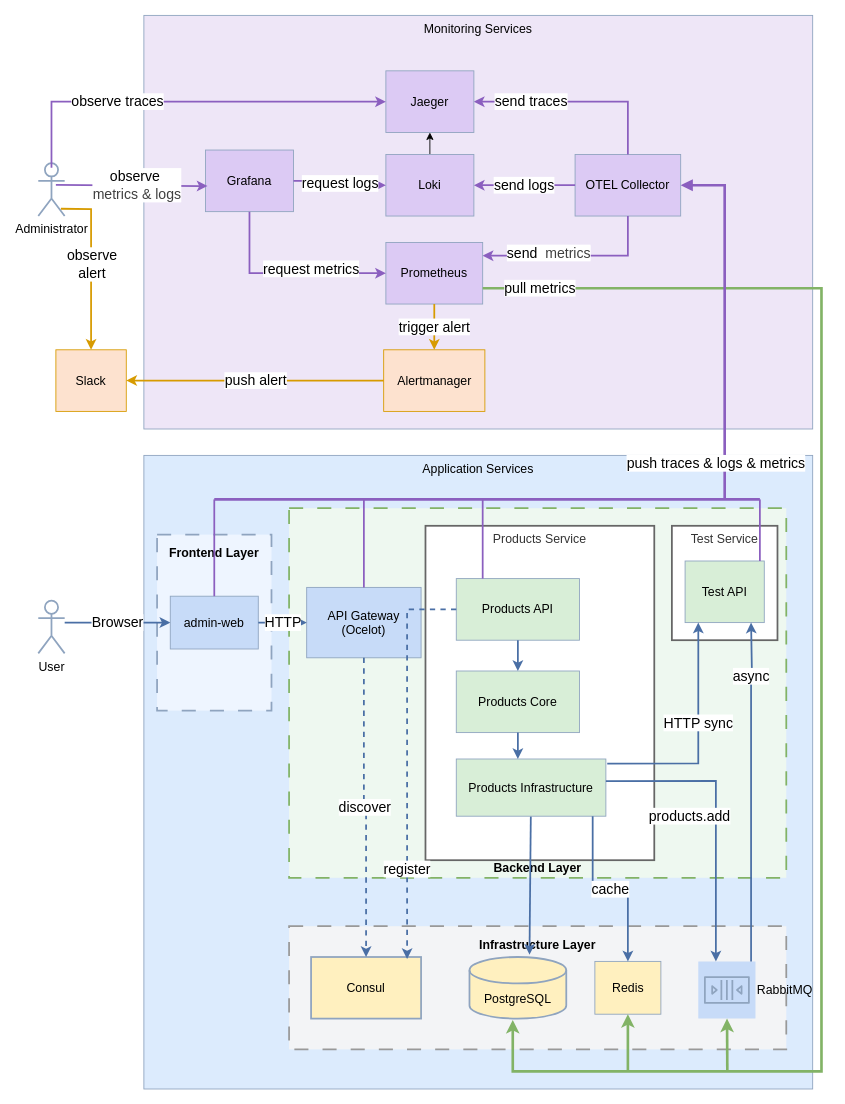
The draw.io diagram ComponentsDiagram.drawio in shaohuamo/MicroservicesDemo, before the edit. Source tidied: cells renumbered, new cells numbered last; positions are measured from the earlier drawing's top-left corner, leaving out a move shared by most shapes. Both pictures are drawn from the tidied source at 88%, with x=0, y=0 at pixel (38, 15).
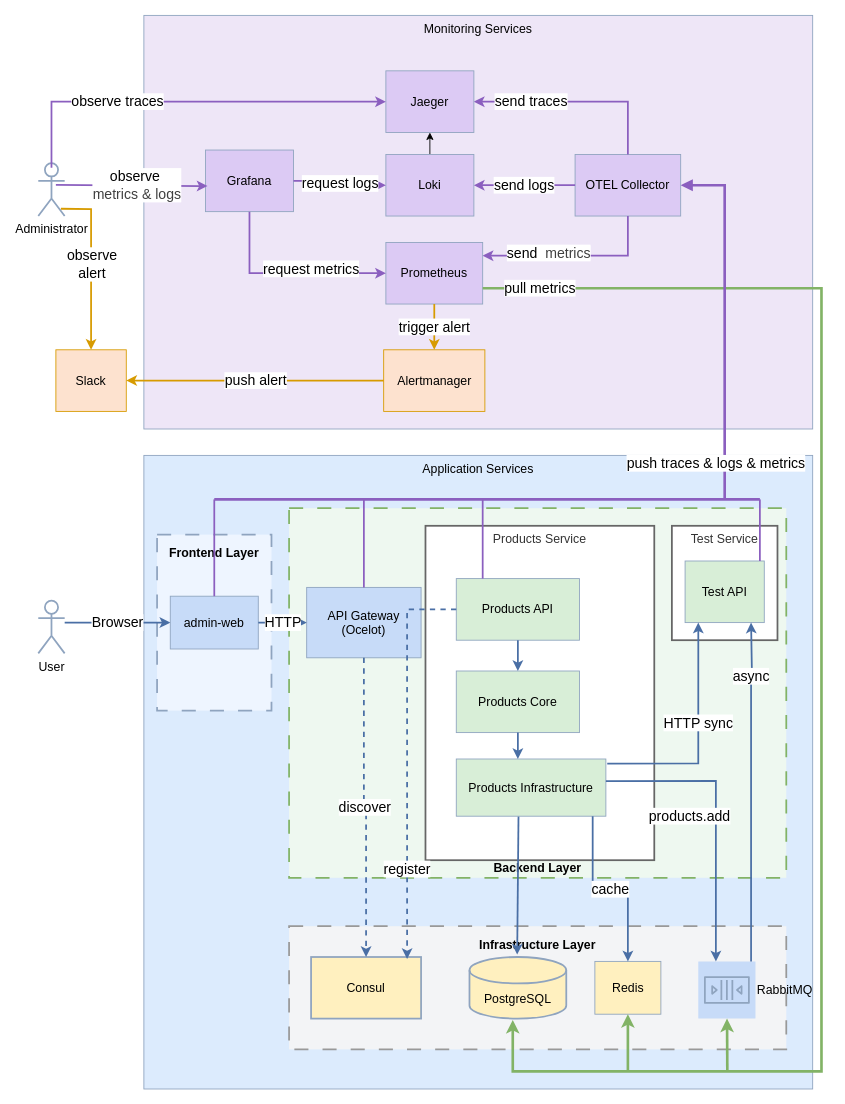
After the change.

Unchanged cells that the change refers to:
```xml
<mxCell id="26" value="Products Infrastructure" style="rounded=0;whiteSpace=wrap;html=1;fontSize=14;strokeWidth=1;fillColor=#D8EED7;strokeColor=#8FA4BF;" parent="1" vertex="1">
  <mxGeometry x="475" y="845" width="170" height="65" as="geometry" />
</mxCell>
<mxCell id="27" value="PostgreSQL" style="shape=cylinder3;whiteSpace=wrap;html=1;boundedLbl=1;backgroundOutline=1;size=15;strokeColor=#8FA4BF;strokeWidth=2;fontSize=14;fillColor=#FFF0BF;" parent="1" vertex="1">
  <mxGeometry x="490" y="1070" width="110" height="70" as="geometry" />
</mxCell>
```

Change to the diagram source:
```diff
@@
-    <mxCell id="25" style="edgeStyle=none;html=1;rounded=0;strokeColor=#4A6FA5;strokeWidth=2;align=center;verticalAlign=middle;fontFamily=Helvetica;fontSize=16;fontColor=default;labelBackgroundColor=default;endArrow=classic;entryX=0.62;entryY=-0.038;entryDx=0;entryDy=0;entryPerimeter=0;" parent="1" edge="1" source="26" target="27">
-      <mxGeometry relative="1" as="geometry" />
+    <mxCell id="25" style="edgeStyle=none;html=1;rounded=0;strokeColor=#4A6FA5;strokeWidth=2;align=center;verticalAlign=middle;fontFamily=Helvetica;fontSize=16;fontColor=default;labelBackgroundColor=default;endArrow=classic;entryX=0.62;entryY=-0.038;entryDx=0;entryDy=0;entryPerimeter=0;" parent="1" edge="1">
+      <mxGeometry relative="1" as="geometry">
+        <mxPoint x="545.7" y="910" as="sourcePoint" />
+        <mxPoint x="544.2" y="1067.3" as="targetPoint" />
+      </mxGeometry>
     </mxCell>
```
